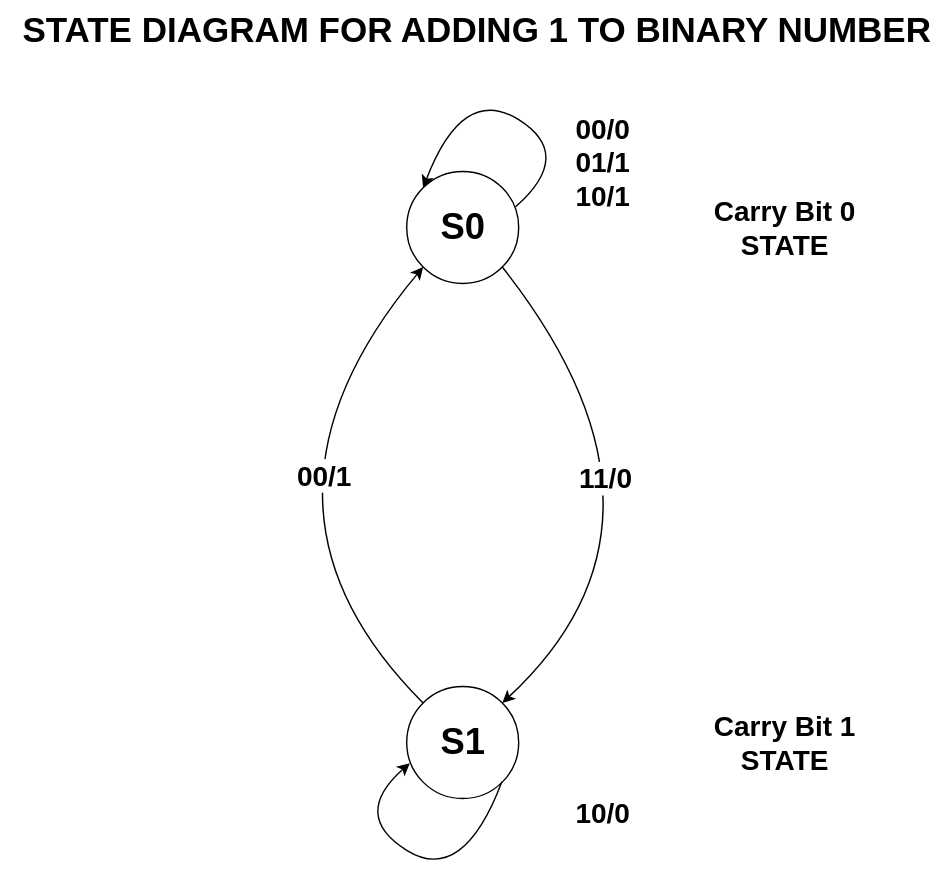
Above: Mujtaba/Sequential_Adder/docs/state_diagram.drawio.svg in medsuet/Xcelerium-IC-Design-Training (draw.io), before the change. Source tidied: cells renumbered, new cells last; positions are measured from the earlier drawing's top-left corner, leaving out a move shared by most shapes. Its diagram source:
```xml
<mxGraphModel>
  <root>
    <mxCell id="0" />
    <mxCell id="1" parent="0" />
    <mxCell id="2" style="rounded=0;jettySize=auto;html=1;exitX=1;exitY=1;exitDx=0;exitDy=0;entryX=0;entryY=1;entryDx=0;entryDy=0;curved=1;" parent="1" edge="1" source="4" target="14">
      <mxGeometry relative="1" as="geometry">
        <Array as="points">
          <mxPoint x="500" y="370" />
        </Array>
      </mxGeometry>
    </mxCell>
    <mxCell id="3" value="&lt;b&gt;&lt;font style=&quot;font-size: 20px;&quot;&gt;11/0&lt;/font&gt;&lt;/b&gt;" style="edgeLabel;html=1;align=center;verticalAlign=middle;" parent="2" vertex="1">
      <mxGeometry x="-0.23" y="-36" relative="1" as="geometry" />
    </mxCell>
    <mxCell id="4" style="ellipse;whiteSpace=wrap;html=1;" parent="1" vertex="1">
      <mxGeometry x="290" y="122" width="80" height="80" as="geometry" />
    </mxCell>
    <mxCell id="5" style="rounded=0;jettySize=auto;html=1;exitX=0.972;exitY=0.316;exitDx=0;exitDy=0;entryX=0;entryY=0;entryDx=0;entryDy=0;curved=1;exitPerimeter=0;" parent="1" edge="1" source="4">
      <mxGeometry relative="1" as="geometry">
        <mxPoint x="301.7" y="133.7" as="targetPoint" />
        <Array as="points">
          <mxPoint x="410" y="110" />
          <mxPoint x="330" y="60" />
        </Array>
      </mxGeometry>
    </mxCell>
    <mxCell id="6" value="&lt;b&gt;&lt;font style=&quot;font-size: 26px;&quot;&gt;S0&lt;/font&gt;&lt;/b&gt;" style="text;html=1;align=center;verticalAlign=middle;strokeColor=none;fillColor=none;" parent="1" vertex="1">
      <mxGeometry x="300" y="142" width="60" height="40" as="geometry" />
    </mxCell>
    <mxCell id="7" style="rounded=0;jettySize=auto;html=1;exitX=1;exitY=1;exitDx=0;exitDy=0;entryX=0;entryY=1;entryDx=0;entryDy=0;curved=1;" parent="1" edge="1" source="14" target="4">
      <mxGeometry relative="1" as="geometry">
        <Array as="points">
          <mxPoint x="160" y="360" />
        </Array>
      </mxGeometry>
    </mxCell>
    <mxCell id="8" value="&lt;b&gt;&lt;font style=&quot;font-size: 20px;&quot;&gt;00/1&lt;/font&gt;&lt;/b&gt;" style="edgeLabel;html=1;align=center;verticalAlign=middle;" parent="7" vertex="1">
      <mxGeometry x="0.25" y="-42" relative="1" as="geometry">
        <mxPoint x="-3" as="offset" />
      </mxGeometry>
    </mxCell>
    <mxCell id="9" value="&lt;div&gt;&lt;font style=&quot;font-size: 20px;&quot;&gt;&lt;b&gt;Carry Bit 0&lt;/b&gt;&lt;/font&gt;&lt;/div&gt;&lt;font style=&quot;font-size: 20px;&quot;&gt;&lt;b&gt;STATE&lt;/b&gt;&lt;/font&gt;" style="text;html=1;align=center;verticalAlign=middle;strokeColor=none;fillColor=none;" parent="1" vertex="1">
      <mxGeometry x="500" y="132" width="120" height="60" as="geometry" />
    </mxCell>
    <mxCell id="10" value="&lt;font style=&quot;font-size: 20px;&quot;&gt;&lt;b&gt;Carry Bit 1&lt;br&gt;&lt;/b&gt;&lt;b&gt;&lt;font style=&quot;font-size: 20px;&quot;&gt;STATE&lt;/font&gt;&lt;/b&gt;&lt;/font&gt;" style="text;html=1;align=center;verticalAlign=middle;strokeColor=none;fillColor=none;" parent="1" vertex="1">
      <mxGeometry x="500" y="500" width="120" height="60" as="geometry" />
    </mxCell>
    <mxCell id="11" value="&lt;div style=&quot;font-size: 20px;&quot;&gt;&lt;font style=&quot;font-size: 20px;&quot;&gt;&lt;b&gt;00/0&lt;/b&gt;&lt;/font&gt;&lt;/div&gt;&lt;div style=&quot;font-size: 20px;&quot;&gt;&lt;font style=&quot;font-size: 20px;&quot;&gt;&lt;b&gt;01/1&lt;/b&gt;&lt;/font&gt;&lt;/div&gt;&lt;div style=&quot;font-size: 20px;&quot;&gt;&lt;font style=&quot;font-size: 20px;&quot;&gt;&lt;b&gt;10/1&lt;/b&gt;&lt;/font&gt;&lt;br&gt;&lt;/div&gt;" style="text;html=1;align=center;verticalAlign=middle;strokeColor=none;fillColor=none;" parent="1" vertex="1">
      <mxGeometry x="400" y="70" width="60" height="90" as="geometry" />
    </mxCell>
    <mxCell id="12" value="&lt;b&gt;&lt;font style=&quot;font-size: 20px;&quot;&gt;10/0&lt;/font&gt;&lt;/b&gt;" style="text;html=1;align=center;verticalAlign=middle;strokeColor=none;fillColor=none;" parent="1" vertex="1">
      <mxGeometry x="400" y="560" width="60" height="40" as="geometry" />
    </mxCell>
    <mxCell id="13" style="group;" parent="1" vertex="1">
      <mxGeometry x="250" y="490" width="120" height="142" as="geometry" />
    </mxCell>
    <mxCell id="14" style="ellipse;whiteSpace=wrap;html=1;rotation=-180;" parent="13" vertex="1">
      <mxGeometry x="40" width="80" height="80" as="geometry" />
    </mxCell>
    <mxCell id="15" style="rounded=0;jettySize=auto;html=1;exitX=0.972;exitY=0.316;exitDx=0;exitDy=0;entryX=0.972;entryY=0.316;entryDx=0;entryDy=0;curved=1;exitPerimeter=0;entryPerimeter=0;" parent="13" edge="1" target="14">
      <mxGeometry relative="1" as="geometry">
        <mxPoint x="108" y="68" as="sourcePoint" />
        <Array as="points">
          <mxPoint x="80" y="142" />
          <mxPoint y="92" />
        </Array>
      </mxGeometry>
    </mxCell>
    <mxCell id="16" value="&lt;font style=&quot;font-size: 26px;&quot;&gt;&lt;b&gt;&lt;font style=&quot;font-size: 26px;&quot;&gt;S1&lt;/font&gt;&lt;/b&gt;&lt;/font&gt;" style="text;html=1;align=center;verticalAlign=middle;strokeColor=none;fillColor=none;" parent="13" vertex="1">
      <mxGeometry x="50" y="20" width="60" height="40" as="geometry" />
    </mxCell>
    <mxCell id="17" value="&lt;b&gt;&lt;font style=&quot;font-size: 25px;&quot;&gt;STATE DIAGRAM FOR ADDING 1 TO BINARY NUMBER&lt;/font&gt;&lt;/b&gt;" style="text;html=1;align=center;verticalAlign=middle;strokeColor=none;fillColor=none;" parent="1" vertex="1">
      <mxGeometry width="680" height="40" as="geometry" />
    </mxCell>
  </root>
</mxGraphModel>
```
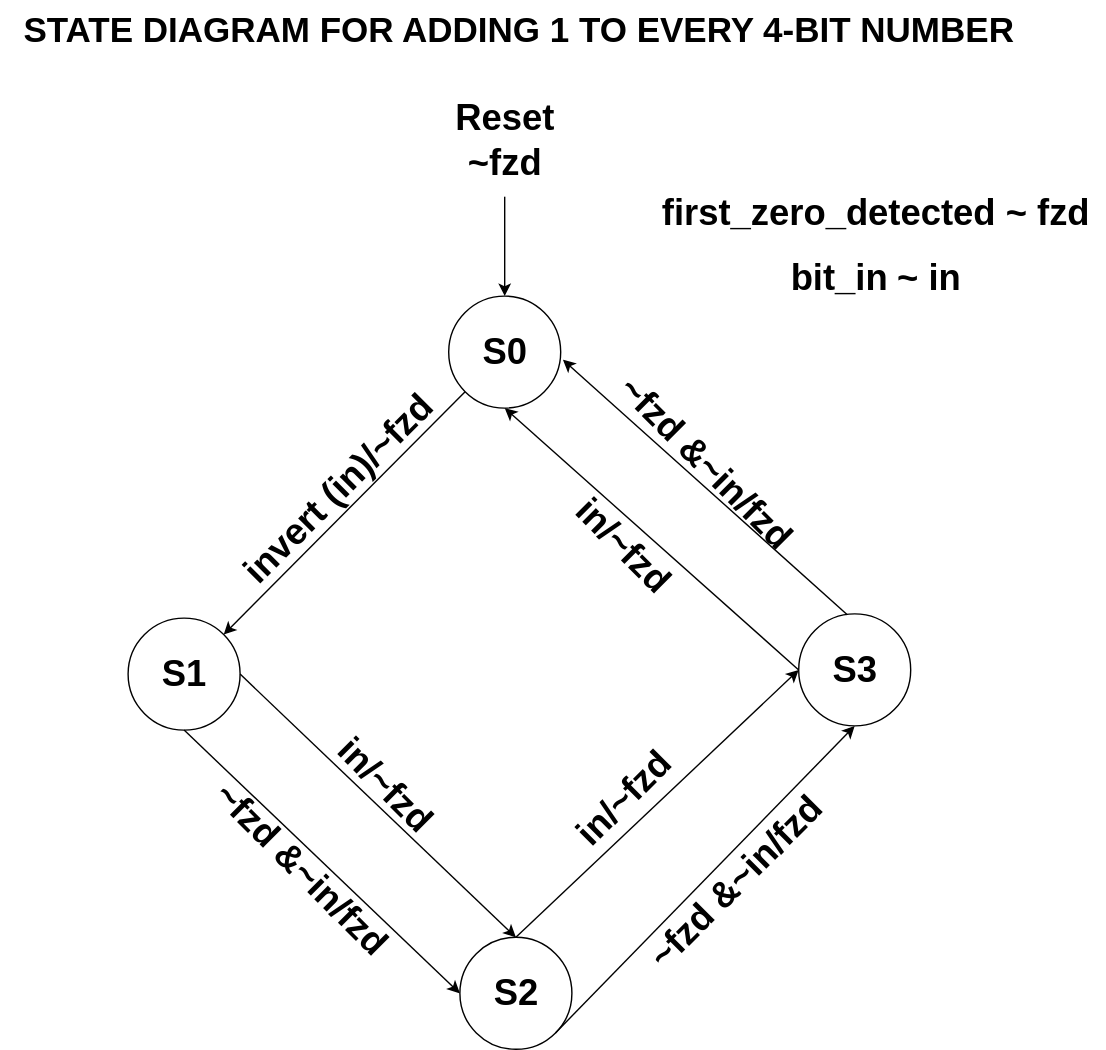
The same diagram one commit later.

Commit message:
Correted Binary Sequential Adder

What changed in the source:
```diff
@@ -2,75 +2,95 @@
   <root>
     <mxCell id="0" />
     <mxCell id="1" parent="0" />
-    <mxCell id="2" style="rounded=0;jettySize=auto;html=1;exitX=1;exitY=1;exitDx=0;exitDy=0;entryX=0;entryY=1;entryDx=0;entryDy=0;curved=1;" parent="1" edge="1" source="4" target="14">
-      <mxGeometry relative="1" as="geometry">
-        <Array as="points">
-          <mxPoint x="500" y="370" />
-        </Array>
-      </mxGeometry>
-    </mxCell>
-    <mxCell id="3" value="&lt;b&gt;&lt;font style=&quot;font-size: 20px;&quot;&gt;11/0&lt;/font&gt;&lt;/b&gt;" style="edgeLabel;html=1;align=center;verticalAlign=middle;" parent="2" vertex="1">
-      <mxGeometry x="-0.23" y="-36" relative="1" as="geometry" />
-    </mxCell>
+    <mxCell id="17" value="&lt;b&gt;&lt;font style=&quot;font-size: 25px;&quot;&gt;STATE DIAGRAM FOR ADDING 1 TO EVERY 4-BIT NUMBER&lt;br&gt;&lt;/font&gt;&lt;/b&gt;" style="text;html=1;align=center;verticalAlign=middle;strokeColor=none;fillColor=none;" parent="1" vertex="1">
+      <mxGeometry x="-130" y="-210" width="740" height="40" as="geometry" />
+    </mxCell>
+    <mxCell id="18" style="group;" parent="1" vertex="1">
+      <mxGeometry x="340" y="-20" width="120" height="142" as="geometry" />
+    </mxCell>
-    <mxCell id="4" style="ellipse;whiteSpace=wrap;html=1;" parent="1" vertex="1">
-      <mxGeometry x="290" y="122" width="80" height="80" as="geometry" />
+    <mxCell id="4" style="ellipse;whiteSpace=wrap;html=1;" parent="18" vertex="1">
+      <mxGeometry x="-150" y="21" width="80" height="80" as="geometry" />
     </mxCell>
-    <mxCell id="5" style="rounded=0;jettySize=auto;html=1;exitX=0.972;exitY=0.316;exitDx=0;exitDy=0;entryX=0;entryY=0;entryDx=0;entryDy=0;curved=1;exitPerimeter=0;" parent="1" edge="1" source="4">
-      <mxGeometry relative="1" as="geometry">
-        <mxPoint x="301.7" y="133.7" as="targetPoint" />
-        <Array as="points">
-          <mxPoint x="410" y="110" />
-          <mxPoint x="330" y="60" />
-        </Array>
-      </mxGeometry>
-    </mxCell>
-    <mxCell id="6" value="&lt;b&gt;&lt;font style=&quot;font-size: 26px;&quot;&gt;S0&lt;/font&gt;&lt;/b&gt;" style="text;html=1;align=center;verticalAlign=middle;strokeColor=none;fillColor=none;" parent="1" vertex="1">
-      <mxGeometry x="300" y="142" width="60" height="40" as="geometry" />
+    <mxCell id="6" value="&lt;b&gt;&lt;font style=&quot;font-size: 26px;&quot;&gt;S0&lt;/font&gt;&lt;/b&gt;" style="text;html=1;align=center;verticalAlign=middle;strokeColor=none;fillColor=none;" parent="18" vertex="1">
+      <mxGeometry x="-140" y="41" width="60" height="40" as="geometry" />
     </mxCell>
-    <mxCell id="7" style="rounded=0;jettySize=auto;html=1;exitX=1;exitY=1;exitDx=0;exitDy=0;entryX=0;entryY=1;entryDx=0;entryDy=0;curved=1;" parent="1" edge="1" source="14" target="4">
-      <mxGeometry relative="1" as="geometry">
-        <Array as="points">
-          <mxPoint x="160" y="360" />
-        </Array>
-      </mxGeometry>
-    </mxCell>
-    <mxCell id="8" value="&lt;b&gt;&lt;font style=&quot;font-size: 20px;&quot;&gt;00/1&lt;/font&gt;&lt;/b&gt;" style="edgeLabel;html=1;align=center;verticalAlign=middle;" parent="7" vertex="1">
-      <mxGeometry x="0.25" y="-42" relative="1" as="geometry">
-        <mxPoint x="-3" as="offset" />
-      </mxGeometry>
-    </mxCell>
-    <mxCell id="9" value="&lt;div&gt;&lt;font style=&quot;font-size: 20px;&quot;&gt;&lt;b&gt;Carry Bit 0&lt;/b&gt;&lt;/font&gt;&lt;/div&gt;&lt;font style=&quot;font-size: 20px;&quot;&gt;&lt;b&gt;STATE&lt;/b&gt;&lt;/font&gt;" style="text;html=1;align=center;verticalAlign=middle;strokeColor=none;fillColor=none;" parent="1" vertex="1">
-      <mxGeometry x="500" y="132" width="120" height="60" as="geometry" />
-    </mxCell>
-    <mxCell id="10" value="&lt;font style=&quot;font-size: 20px;&quot;&gt;&lt;b&gt;Carry Bit 1&lt;br&gt;&lt;/b&gt;&lt;b&gt;&lt;font style=&quot;font-size: 20px;&quot;&gt;STATE&lt;/font&gt;&lt;/b&gt;&lt;/font&gt;" style="text;html=1;align=center;verticalAlign=middle;strokeColor=none;fillColor=none;" parent="1" vertex="1">
-      <mxGeometry x="500" y="500" width="120" height="60" as="geometry" />
-    </mxCell>
-    <mxCell id="11" value="&lt;div style=&quot;font-size: 20px;&quot;&gt;&lt;font style=&quot;font-size: 20px;&quot;&gt;&lt;b&gt;00/0&lt;/b&gt;&lt;/font&gt;&lt;/div&gt;&lt;div style=&quot;font-size: 20px;&quot;&gt;&lt;font style=&quot;font-size: 20px;&quot;&gt;&lt;b&gt;01/1&lt;/b&gt;&lt;/font&gt;&lt;/div&gt;&lt;div style=&quot;font-size: 20px;&quot;&gt;&lt;font style=&quot;font-size: 20px;&quot;&gt;&lt;b&gt;10/1&lt;/b&gt;&lt;/font&gt;&lt;br&gt;&lt;/div&gt;" style="text;html=1;align=center;verticalAlign=middle;strokeColor=none;fillColor=none;" parent="1" vertex="1">
-      <mxGeometry x="400" y="70" width="60" height="90" as="geometry" />
-    </mxCell>
-    <mxCell id="12" value="&lt;b&gt;&lt;font style=&quot;font-size: 20px;&quot;&gt;10/0&lt;/font&gt;&lt;/b&gt;" style="text;html=1;align=center;verticalAlign=middle;strokeColor=none;fillColor=none;" parent="1" vertex="1">
-      <mxGeometry x="400" y="560" width="60" height="40" as="geometry" />
-    </mxCell>
-    <mxCell id="13" style="group;" parent="1" vertex="1">
-      <mxGeometry x="250" y="490" width="120" height="142" as="geometry" />
+    <mxCell id="13" style="group;rotation=0;" parent="1" vertex="1">
+      <mxGeometry x="159" y="258" width="120" height="142" as="geometry" />
     </mxCell>
     <mxCell id="14" style="ellipse;whiteSpace=wrap;html=1;rotation=-180;" parent="13" vertex="1">
-      <mxGeometry x="40" width="80" height="80" as="geometry" />
+      <mxGeometry x="39" y="201" width="80" height="80" as="geometry" />
     </mxCell>
-    <mxCell id="15" style="rounded=0;jettySize=auto;html=1;exitX=0.972;exitY=0.316;exitDx=0;exitDy=0;entryX=0.972;entryY=0.316;entryDx=0;entryDy=0;curved=1;exitPerimeter=0;entryPerimeter=0;" parent="13" edge="1" target="14">
-      <mxGeometry relative="1" as="geometry">
-        <mxPoint x="108" y="68" as="sourcePoint" />
-        <Array as="points">
-          <mxPoint x="80" y="142" />
-          <mxPoint y="92" />
-        </Array>
-      </mxGeometry>
-    </mxCell>
-    <mxCell id="16" value="&lt;font style=&quot;font-size: 26px;&quot;&gt;&lt;b&gt;&lt;font style=&quot;font-size: 26px;&quot;&gt;S1&lt;/font&gt;&lt;/b&gt;&lt;/font&gt;" style="text;html=1;align=center;verticalAlign=middle;strokeColor=none;fillColor=none;" parent="13" vertex="1">
-      <mxGeometry x="50" y="20" width="60" height="40" as="geometry" />
+    <mxCell id="16" value="&lt;font style=&quot;font-size: 26px;&quot;&gt;&lt;b&gt;&lt;font style=&quot;font-size: 26px;&quot;&gt;S2&lt;/font&gt;&lt;/b&gt;&lt;/font&gt;" style="text;html=1;align=center;verticalAlign=middle;strokeColor=none;fillColor=none;rotation=0;" parent="13" vertex="1">
+      <mxGeometry x="49" y="221" width="60" height="40" as="geometry" />
     </mxCell>
-    <mxCell id="17" value="&lt;b&gt;&lt;font style=&quot;font-size: 25px;&quot;&gt;STATE DIAGRAM FOR ADDING 1 TO BINARY NUMBER&lt;/font&gt;&lt;/b&gt;" style="text;html=1;align=center;verticalAlign=middle;strokeColor=none;fillColor=none;" parent="1" vertex="1">
-      <mxGeometry width="680" height="40" as="geometry" />
-    </mxCell>
+    <mxCell id="19" style="group;rotation=0;" parent="1" vertex="1">
+      <mxGeometry x="380" y="-92" width="280" height="142" as="geometry" />
+    </mxCell>
+    <mxCell id="20" style="ellipse;whiteSpace=wrap;html=1;rotation=0;" parent="19" vertex="1">
+      <mxGeometry x="60" y="320" width="80" height="80" as="geometry" />
+    </mxCell>
+    <mxCell id="21" value="&lt;b&gt;&lt;font style=&quot;font-size: 26px;&quot;&gt;S3&lt;/font&gt;&lt;/b&gt;" style="text;html=1;align=center;verticalAlign=middle;strokeColor=none;fillColor=none;rotation=0;" parent="19" vertex="1">
+      <mxGeometry x="70" y="340" width="60" height="40" as="geometry" />
+    </mxCell>
+    <mxCell id="9" value="&lt;div&gt;&lt;b&gt;&lt;font style=&quot;font-size: 26px;&quot;&gt;first_zero_detected ~ fzd&lt;/font&gt;&lt;/b&gt;&lt;/div&gt;&lt;br&gt;&lt;font style=&quot;font-size: 26px;&quot;&gt;&lt;b&gt;bit_in&lt;/b&gt;&lt;/font&gt;&amp;nbsp; &lt;font style=&quot;font-size: 26px;&quot;&gt;&lt;b&gt;~ in&lt;/b&gt;&lt;/font&gt;" style="text;html=1;align=center;verticalAlign=middle;strokeColor=none;fillColor=none;" parent="19" vertex="1">
+      <mxGeometry x="-50" y="12" width="330" height="90" as="geometry" />
+    </mxCell>
+    <mxCell id="22" style="group;rotation=0;" parent="1" vertex="1">
+      <mxGeometry x="-40" y="168" width="120" height="142" as="geometry" />
+    </mxCell>
+    <mxCell id="23" style="ellipse;whiteSpace=wrap;html=1;rotation=0;" parent="22" vertex="1">
+      <mxGeometry x="1" y="63" width="80" height="80" as="geometry" />
+    </mxCell>
+    <mxCell id="24" value="&lt;b&gt;&lt;font style=&quot;font-size: 26px;&quot;&gt;S1&lt;/font&gt;&lt;/b&gt;" style="text;html=1;align=center;verticalAlign=middle;strokeColor=none;fillColor=none;rotation=0;" parent="22" vertex="1">
+      <mxGeometry x="11" y="83" width="60" height="40" as="geometry" />
+    </mxCell>
+    <mxCell id="25" style="rounded=0;jettySize=auto;html=1;exitX=0;exitY=1;exitDx=0;exitDy=0;entryX=1;entryY=0;entryDx=0;entryDy=0;" parent="1" edge="1" source="4" target="23">
+      <mxGeometry relative="1" as="geometry" />
+    </mxCell>
+    <mxCell id="26" style="rounded=0;jettySize=auto;html=1;entryX=0.5;entryY=0;entryDx=0;entryDy=0;" parent="1" edge="1" source="27" target="4">
+      <mxGeometry relative="1" as="geometry" />
+    </mxCell>
+    <mxCell id="27" value="&lt;div&gt;&lt;b&gt;&lt;font style=&quot;font-size: 26px;&quot;&gt;Reset&lt;/font&gt;&lt;/b&gt;&lt;/div&gt;&lt;font style=&quot;font-size: 26px;&quot;&gt;&lt;b&gt;~fzd&lt;/b&gt;&lt;/font&gt;" style="text;html=1;align=center;verticalAlign=middle;points=[];strokeColor=none;fillColor=none;rotation=0;" parent="1" vertex="1">
+      <mxGeometry x="185" y="-150" width="90" height="80" as="geometry" />
+    </mxCell>
+    <mxCell id="28" value="&lt;font style=&quot;font-size: 26px;&quot;&gt;&lt;b&gt;invert (in)/~fzd&lt;/b&gt;&lt;/font&gt;" style="text;html=1;align=center;verticalAlign=middle;strokeColor=none;fillColor=none;rotation=-45;" parent="1" vertex="1">
+      <mxGeometry x="11" y="119" width="200" height="40" as="geometry" />
+    </mxCell>
+    <mxCell id="29" style="rounded=0;jettySize=auto;html=1;exitX=0.5;exitY=1;exitDx=0;exitDy=0;entryX=1;entryY=0.5;entryDx=0;entryDy=0;" parent="1" edge="1" source="23" target="14">
+      <mxGeometry relative="1" as="geometry" />
+    </mxCell>
+    <mxCell id="30" style="rounded=0;jettySize=auto;html=1;exitX=0;exitY=0;exitDx=0;exitDy=0;entryX=0.5;entryY=1;entryDx=0;entryDy=0;" parent="1" edge="1" source="14" target="20">
+      <mxGeometry relative="1" as="geometry" />
+    </mxCell>
+    <mxCell id="31" style="rounded=0;jettySize=auto;html=1;entryX=0.5;entryY=1;entryDx=0;entryDy=0;exitX=0;exitY=0.5;exitDx=0;exitDy=0;" parent="1" edge="1" source="20" target="4">
+      <mxGeometry relative="1" as="geometry" />
+    </mxCell>
+    <mxCell id="32" style="rounded=0;jettySize=auto;html=1;exitX=1;exitY=0.5;exitDx=0;exitDy=0;entryX=0.5;entryY=1;entryDx=0;entryDy=0;" parent="1" edge="1" source="23" target="14">
+      <mxGeometry relative="1" as="geometry" />
+    </mxCell>
+    <mxCell id="33" style="rounded=0;jettySize=auto;html=1;exitX=0.5;exitY=1;exitDx=0;exitDy=0;entryX=0;entryY=0.5;entryDx=0;entryDy=0;" parent="1" edge="1" source="14" target="20">
+      <mxGeometry relative="1" as="geometry" />
+    </mxCell>
+    <mxCell id="34" style="rounded=0;jettySize=auto;html=1;entryX=1.02;entryY=0.568;entryDx=0;entryDy=0;exitX=0.434;exitY=0.007;exitDx=0;exitDy=0;exitPerimeter=0;entryPerimeter=0;" parent="1" edge="1" source="20" target="4">
+      <mxGeometry relative="1" as="geometry" />
+    </mxCell>
+    <mxCell id="35" value="&lt;font style=&quot;font-size: 26px;&quot;&gt;&lt;b&gt;in/~fzd&lt;/b&gt;&lt;/font&gt;" style="text;html=1;align=center;verticalAlign=middle;strokeColor=none;fillColor=none;rotation=-45;" parent="1" vertex="1">
+      <mxGeometry x="260" y="340" width="110" height="40" as="geometry" />
+    </mxCell>
+    <mxCell id="36" value="&lt;font style=&quot;font-size: 26px;&quot;&gt;&lt;b&gt;~fzd &amp;amp;~in/fzd&lt;/b&gt;&lt;/font&gt;" style="text;html=1;align=center;verticalAlign=middle;strokeColor=none;fillColor=none;rotation=45;" parent="1" vertex="1">
+      <mxGeometry x="-10" y="390" width="190" height="40" as="geometry" />
+    </mxCell>
+    <mxCell id="37" value="&lt;font style=&quot;font-size: 26px;&quot;&gt;&lt;b&gt;in/~fzd&lt;/b&gt;&lt;/font&gt;" style="text;html=1;align=center;verticalAlign=middle;strokeColor=none;fillColor=none;rotation=45;" parent="1" vertex="1">
+      <mxGeometry x="90" y="330" width="110" height="40" as="geometry" />
+    </mxCell>
+    <mxCell id="38" value="&lt;font style=&quot;font-size: 26px;&quot;&gt;&lt;b&gt;~fzd &amp;amp;~in/fzd&lt;/b&gt;&lt;/font&gt;" style="text;html=1;align=center;verticalAlign=middle;strokeColor=none;fillColor=none;rotation=-45;" parent="1" vertex="1">
+      <mxGeometry x="300" y="400" width="190" height="40" as="geometry" />
+    </mxCell>
+    <mxCell id="39" value="&lt;font style=&quot;font-size: 26px;&quot;&gt;&lt;b&gt;~fzd &amp;amp;~in/fzd&lt;/b&gt;&lt;/font&gt;" style="text;html=1;align=center;verticalAlign=middle;strokeColor=none;fillColor=none;rotation=45;" parent="1" vertex="1">
+      <mxGeometry x="279" y="100" width="190" height="40" as="geometry" />
+    </mxCell>
+    <mxCell id="40" value="&lt;font style=&quot;font-size: 26px;&quot;&gt;&lt;b&gt;in/~fzd&lt;/b&gt;&lt;/font&gt;" style="text;html=1;align=center;verticalAlign=middle;strokeColor=none;fillColor=none;rotation=45;" parent="1" vertex="1">
+      <mxGeometry x="260" y="159" width="110" height="40" as="geometry" />
+    </mxCell>
   </root>
 </mxGraphModel>
```
